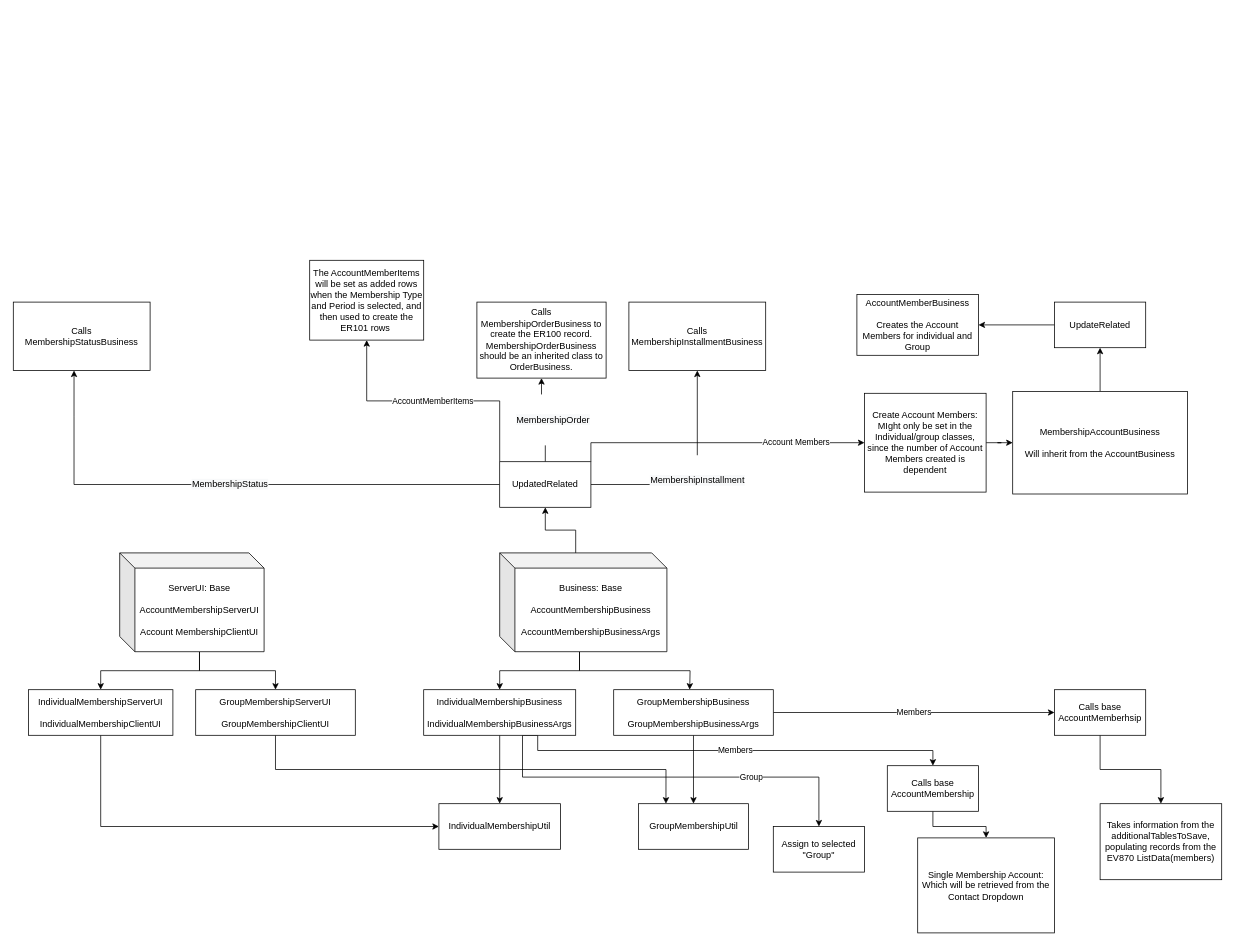
Above: MembershipClassStructure.drawio in shelbyharris/Membership (draw.io), before the change. Source tidied: cells renumbered, new cells numbered last; positions are measured from the earlier drawing's top-left corner, leaving out a move shared by most shapes. Both pictures are drawn from the tidied source at 76%, with x=0, y=0 at pixel (13, 260).
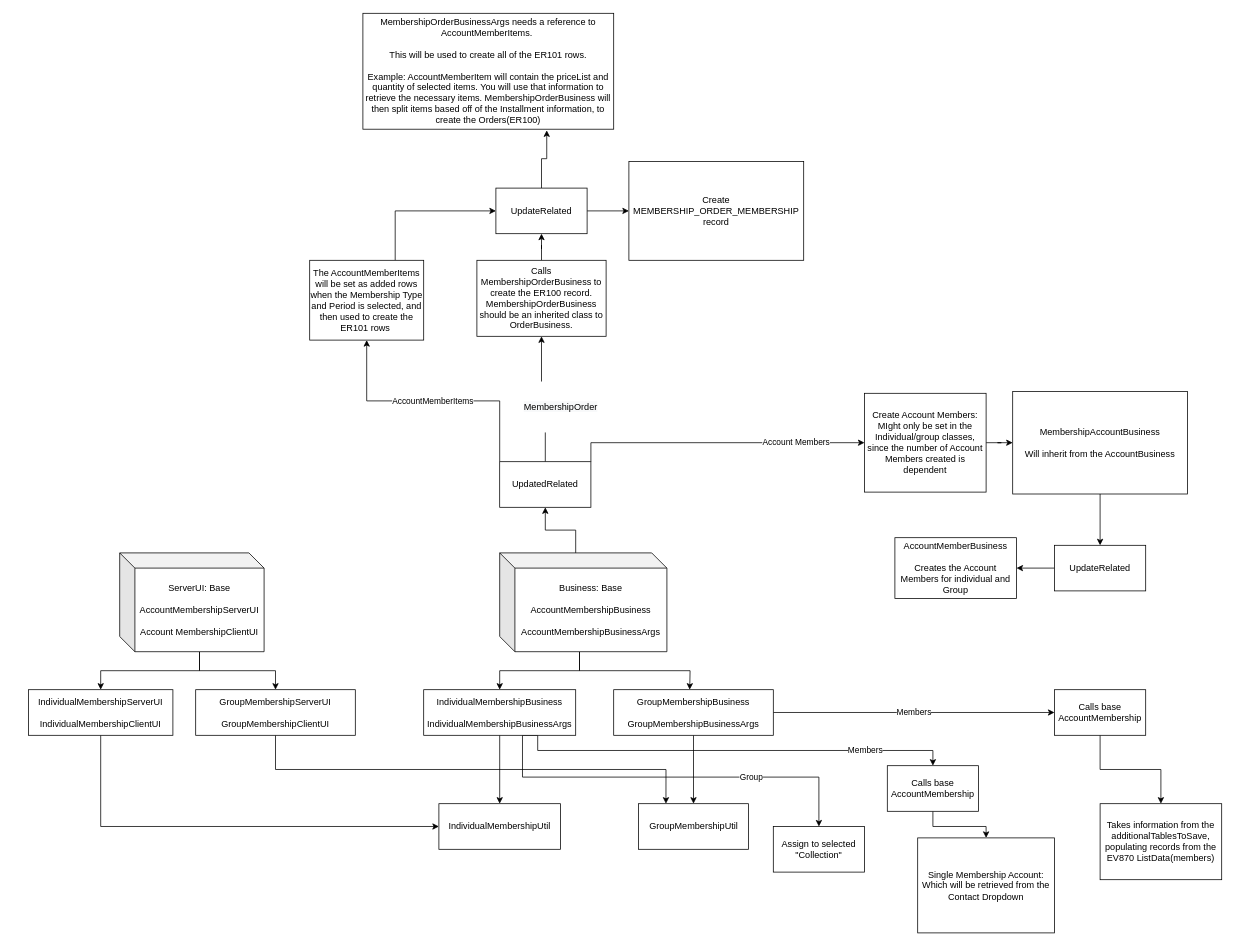
Above is the later version.

Unchanged cells that the change refers to:
```xml
<mxCell id="16" value="IndividualMembershipBusiness&lt;br&gt;&lt;br&gt;IndividualMembershipBusinessArgs" style="rounded=0;whiteSpace=wrap;html=1;" parent="1" vertex="1">
  <mxGeometry x="540" y="565" width="200" height="60" as="geometry" />
</mxCell>
<mxCell id="27" value="UpdatedRelated" style="rounded=0;whiteSpace=wrap;html=1;" parent="1" vertex="1">
  <mxGeometry x="640" y="265" width="120" height="60" as="geometry" />
</mxCell>
<mxCell id="32" value="The AccountMemberItems will be set as added rows when the Membership Type and Period is selected, and then used to create the ER101 rows&amp;nbsp;" style="rounded=0;whiteSpace=wrap;html=1;" parent="1" vertex="1">
  <mxGeometry x="390" width="150" height="105" as="geometry" />
</mxCell>
<mxCell id="36" value="MembershipAccountBusiness&lt;br&gt;&lt;br&gt;Will inherit from the AccountBusiness" style="whiteSpace=wrap;html=1;rounded=0;" parent="1" vertex="1">
  <mxGeometry x="1315" y="172.5" width="230" height="135" as="geometry" />
</mxCell>
<mxCell id="41" value="Calls base AccountMembership" style="rounded=0;whiteSpace=wrap;html=1;" parent="1" vertex="1">
  <mxGeometry x="1150" y="665" width="120" height="60" as="geometry" />
</mxCell>
```

Change to the diagram source:
```diff
@@
     <mxCell id="14" value="Members" style="edgeStyle=orthogonalEdgeStyle;rounded=0;jettySize=auto;html=1;exitX=0.75;exitY=1;exitDx=0;exitDy=0;" parent="1" edge="1" source="16" target="41">
-      <mxGeometry relative="1" as="geometry" />
+      <mxGeometry x="0.61" relative="1" as="geometry" />
     </mxCell>
@@
-    <mxCell id="23" value="&#10;&#10;&lt;span style=&quot;color: rgb(0, 0, 0); font-family: helvetica; font-size: 12px; font-style: normal; font-weight: 400; letter-spacing: normal; text-align: center; text-indent: 0px; text-transform: none; word-spacing: 0px; background-color: rgb(248, 249, 250); display: inline; float: none;&quot;&gt;MembershipStatus&lt;/span&gt;&#10;&#10;" style="edgeStyle=orthogonalEdgeStyle;rounded=0;jettySize=auto;html=1;entryX=0.444;entryY=1;entryDx=0;entryDy=0;entryPerimeter=0;" parent="1" edge="1" source="27" target="29">
-      <mxGeometry relative="1" as="geometry" />
-    </mxCell>
-    <mxCell id="24" value="&#10;&#10;&lt;span style=&quot;color: rgb(0, 0, 0); font-family: helvetica; font-size: 12px; font-style: normal; font-weight: 400; letter-spacing: normal; text-align: center; text-indent: 0px; text-transform: none; word-spacing: 0px; background-color: rgb(248, 249, 250); display: inline; float: none;&quot;&gt;MembershipInstallment&lt;/span&gt;&#10;&#10;" style="edgeStyle=orthogonalEdgeStyle;rounded=0;jettySize=auto;html=1;entryX=0.5;entryY=1;entryDx=0;entryDy=0;" parent="1" edge="1" source="27" target="30">
-      <mxGeometry relative="1" as="geometry" />
-    </mxCell>
@@
+    <mxCell id="47" style="edgeStyle=orthogonalEdgeStyle;rounded=0;jettySize=auto;html=1;" parent="1" edge="1" source="28" target="53">
+      <mxGeometry relative="1" as="geometry" />
+    </mxCell>
     <mxCell id="28" value="Calls MembershipOrderBusiness to create the ER100 record. MembershipOrderBusiness should be an inherited class to OrderBusiness." style="whiteSpace=wrap;html=1;rounded=0;" parent="1" vertex="1">
-      <mxGeometry x="610" y="55" width="170" height="100" as="geometry" />
+      <mxGeometry x="610" width="170" height="100" as="geometry" />
     </mxCell>
-    <mxCell id="29" value="Calls MembershipStatusBusiness" style="whiteSpace=wrap;html=1;rounded=0;" parent="1" vertex="1">
-      <mxGeometry y="55" width="180" height="90" as="geometry" />
-    </mxCell>
-    <mxCell id="30" value="Calls MembershipInstallmentBusiness" style="whiteSpace=wrap;html=1;rounded=0;" parent="1" vertex="1">
-      <mxGeometry x="810" y="55" width="180" height="90" as="geometry" />
-    </mxCell>
@@
+    <mxCell id="48" style="edgeStyle=orthogonalEdgeStyle;rounded=0;jettySize=auto;html=1;exitX=0.75;exitY=0;exitDx=0;exitDy=0;entryX=0;entryY=0.5;entryDx=0;entryDy=0;" parent="1" edge="1" source="32" target="53">
+      <mxGeometry relative="1" as="geometry">
+        <Array as="points">
+          <mxPoint x="503" y="-65" />
+        </Array>
+      </mxGeometry>
+    </mxCell>
@@
-    <mxCell id="35" style="edgeStyle=orthogonalEdgeStyle;rounded=0;jettySize=auto;html=1;exitX=0.5;exitY=0;exitDx=0;exitDy=0;" parent="1" edge="1" source="36" target="38">
+    <mxCell id="35" style="edgeStyle=orthogonalEdgeStyle;rounded=0;jettySize=auto;html=1;exitX=0.5;exitY=1;exitDx=0;exitDy=0;entryX=0.5;entryY=0;entryDx=0;entryDy=0;" parent="1" edge="1" source="36" target="38">
       <mxGeometry relative="1" as="geometry" />
     </mxCell>
@@
     <mxCell id="38" value="UpdateRelated" style="rounded=0;whiteSpace=wrap;html=1;" parent="1" vertex="1">
-      <mxGeometry x="1370" y="55" width="120" height="60" as="geometry" />
+      <mxGeometry x="1370" y="375" width="120" height="60" as="geometry" />
     </mxCell>
     <mxCell id="39" value="AccountMemberBusiness&lt;br&gt;&lt;br&gt;Creates the Account Members for individual and Group" style="whiteSpace=wrap;html=1;rounded=0;" parent="1" vertex="1">
-      <mxGeometry x="1110" y="45" width="160" height="80" as="geometry" />
+      <mxGeometry x="1160" y="365" width="160" height="80" as="geometry" />
     </mxCell>
@@
-    <mxCell id="43" value="Calls base AccountMemberhsip" style="rounded=0;whiteSpace=wrap;html=1;" parent="1" vertex="1">
+    <mxCell id="43" value="Calls base AccountMembership" style="rounded=0;whiteSpace=wrap;html=1;" parent="1" vertex="1">
       <mxGeometry x="1370" y="565" width="120" height="60" as="geometry" />
     </mxCell>
@@
-    <mxCell id="46" value="Assign to selected &quot;Group&quot;" style="rounded=0;whiteSpace=wrap;html=1;" parent="1" vertex="1">
+    <mxCell id="46" value="Assign to selected &quot;Collection&quot;" style="rounded=0;whiteSpace=wrap;html=1;" parent="1" vertex="1">
       <mxGeometry x="1000" y="745" width="120" height="60" as="geometry" />
     </mxCell>
+    <mxCell id="49" value="MembershipOrderBusinessArgs needs a reference to AccountMemberItems.&amp;nbsp;&lt;br&gt;&lt;br&gt;This will be used to create all of the ER101 rows.&lt;br&gt;&lt;br&gt;Example: AccountMemberItem will contain the priceList and quantity of selected items. You will use that information to retrieve the necessary items. MembershipOrderBusiness will then split items based off of the Installment information, to create the Orders(ER100)" style="whiteSpace=wrap;html=1;rounded=0;" parent="1" vertex="1">
+      <mxGeometry x="460" y="-325" width="330" height="152.5" as="geometry" />
+    </mxCell>
+    <mxCell id="50" value="Create MEMBERSHIP_ORDER_MEMBERSHIP record" style="whiteSpace=wrap;html=1;rounded=0;" parent="1" vertex="1">
+      <mxGeometry x="810" y="-130" width="230" height="130" as="geometry" />
+    </mxCell>
+    <mxCell id="51" style="edgeStyle=orthogonalEdgeStyle;rounded=0;jettySize=auto;html=1;exitX=0.5;exitY=0;exitDx=0;exitDy=0;entryX=0.733;entryY=1.01;entryDx=0;entryDy=0;entryPerimeter=0;" parent="1" edge="1" source="53" target="49">
+      <mxGeometry relative="1" as="geometry" />
+    </mxCell>
+    <mxCell id="52" style="edgeStyle=orthogonalEdgeStyle;rounded=0;jettySize=auto;html=1;exitX=1;exitY=0.5;exitDx=0;exitDy=0;entryX=0;entryY=0.5;entryDx=0;entryDy=0;" parent="1" edge="1" source="53" target="50">
+      <mxGeometry relative="1" as="geometry" />
+    </mxCell>
+    <mxCell id="53" value="UpdateRelated" style="whiteSpace=wrap;html=1;rounded=0;" parent="1" vertex="1">
+      <mxGeometry x="635" y="-95" width="120" height="60" as="geometry" />
+    </mxCell>
```
